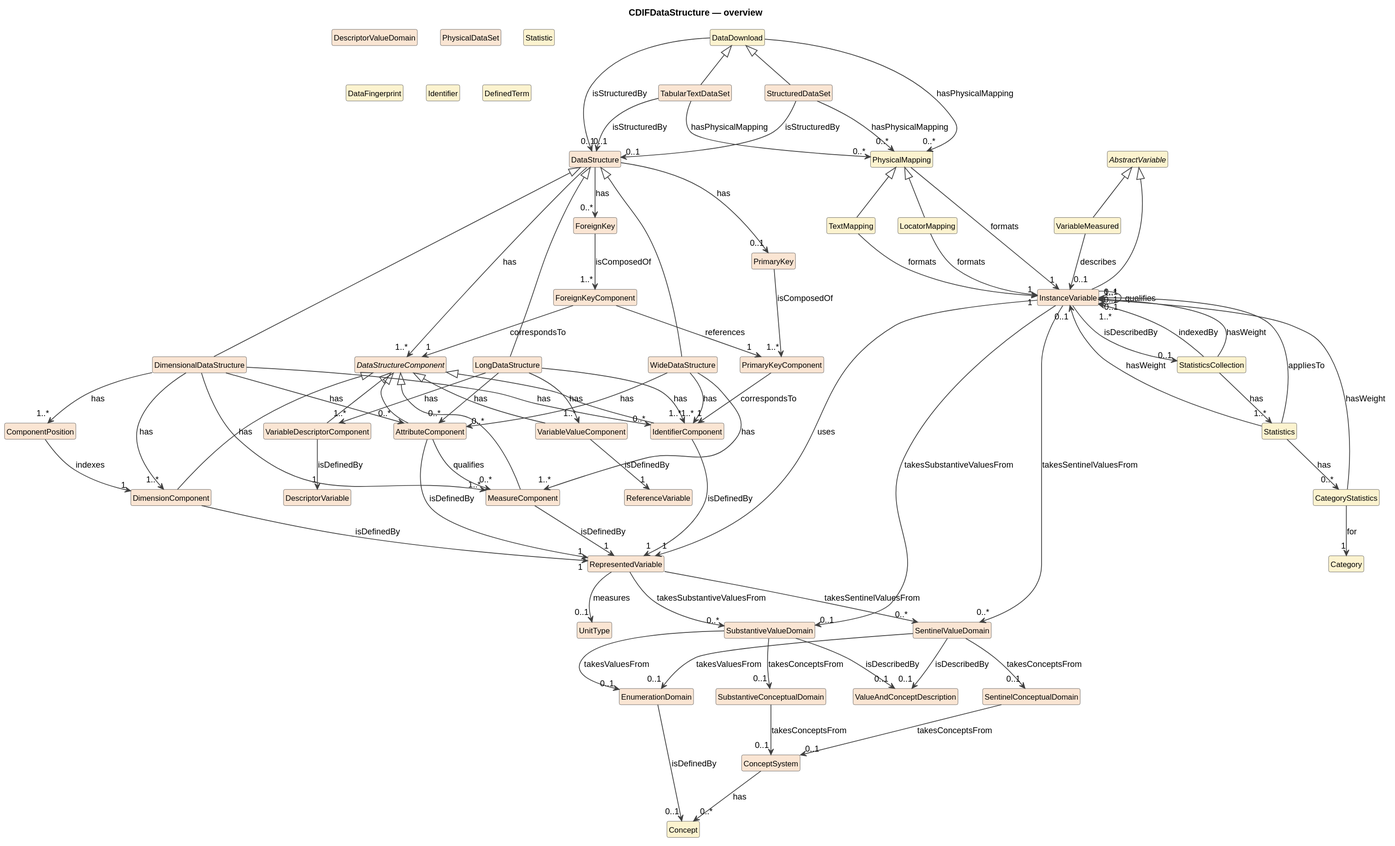
Before: cdif-uml-model/CDIFDataStructure/index.local.svg, a diagram exported from PlantUML (Cross-Domain-Interoperability-Framework/metadataBuildingBlocks).
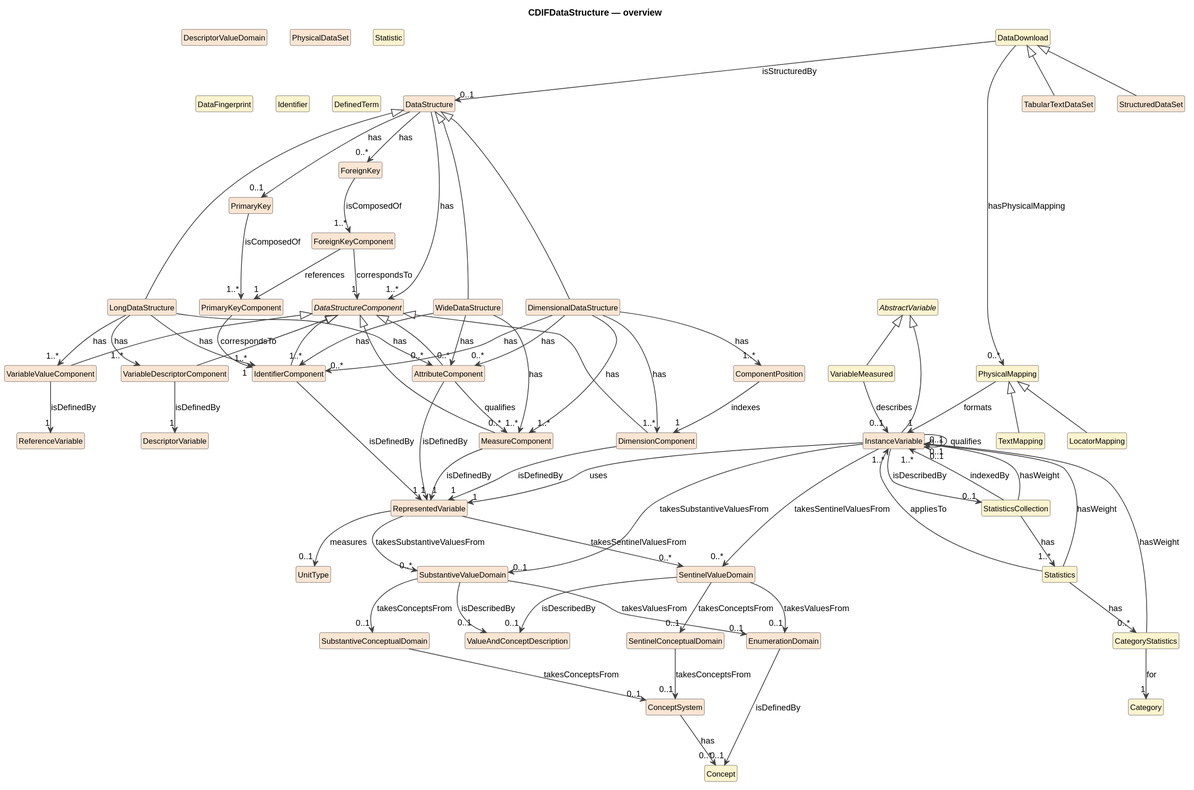
Later version of the same file.

What changed in the source:
```diff
@@ -118,10 +118,6 @@
 ConceptSystem --> "0..*" Concept : has
 SubstantiveConceptualDomain --> "0..1" ConceptSystem : takesConceptsFrom
 SentinelConceptualDomain --> "0..1" ConceptSystem : takesConceptsFrom
-TabularTextDataSet --> "0..1" DataStructure : isStructuredBy
-TabularTextDataSet --> "0..*" PhysicalMapping : hasPhysicalMapping
-StructuredDataSet --> "0..1" DataStructure : isStructuredBy
-StructuredDataSet --> "0..*" PhysicalMapping : hasPhysicalMapping
 VariableMeasured --> "0..1" InstanceVariable : describes
 DataDownload --> "0..1" DataStructure : isStructuredBy
 DataDownload --> "0..*" PhysicalMapping : hasPhysicalMapping
@@ -134,6 +130,4 @@
 StatisticsCollection --> "1..*" InstanceVariable : indexedBy
 StatisticsCollection --> "0..1" InstanceVariable : hasWeight
 PhysicalMapping --> "1" InstanceVariable : formats
-TextMapping --> "1" InstanceVariable : formats
-LocatorMapping --> "1" InstanceVariable : formats
 @enduml
```
